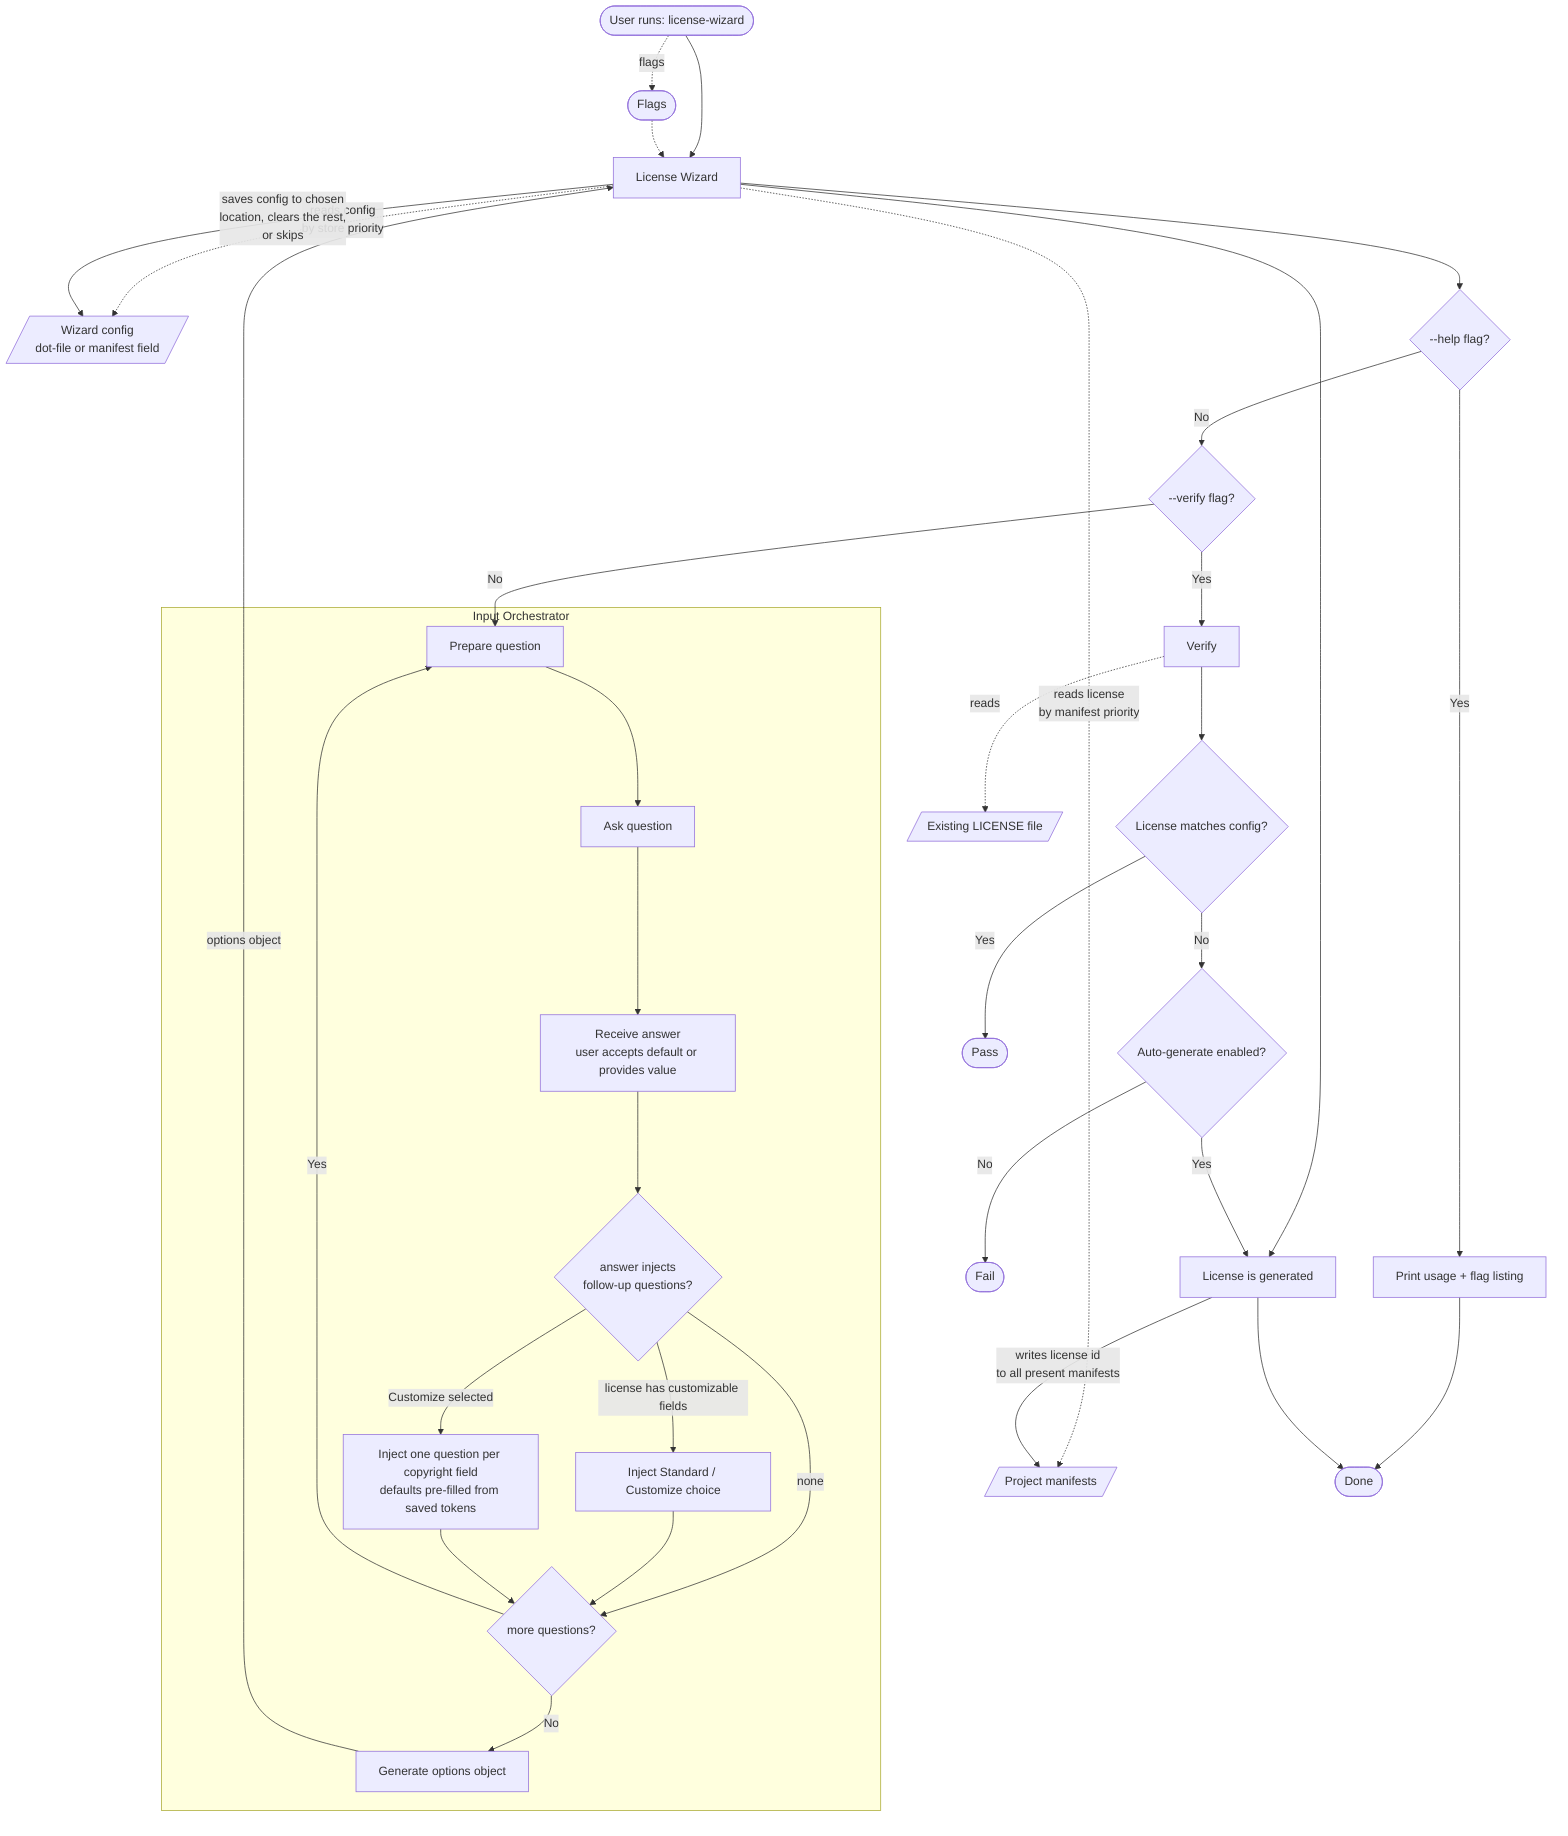
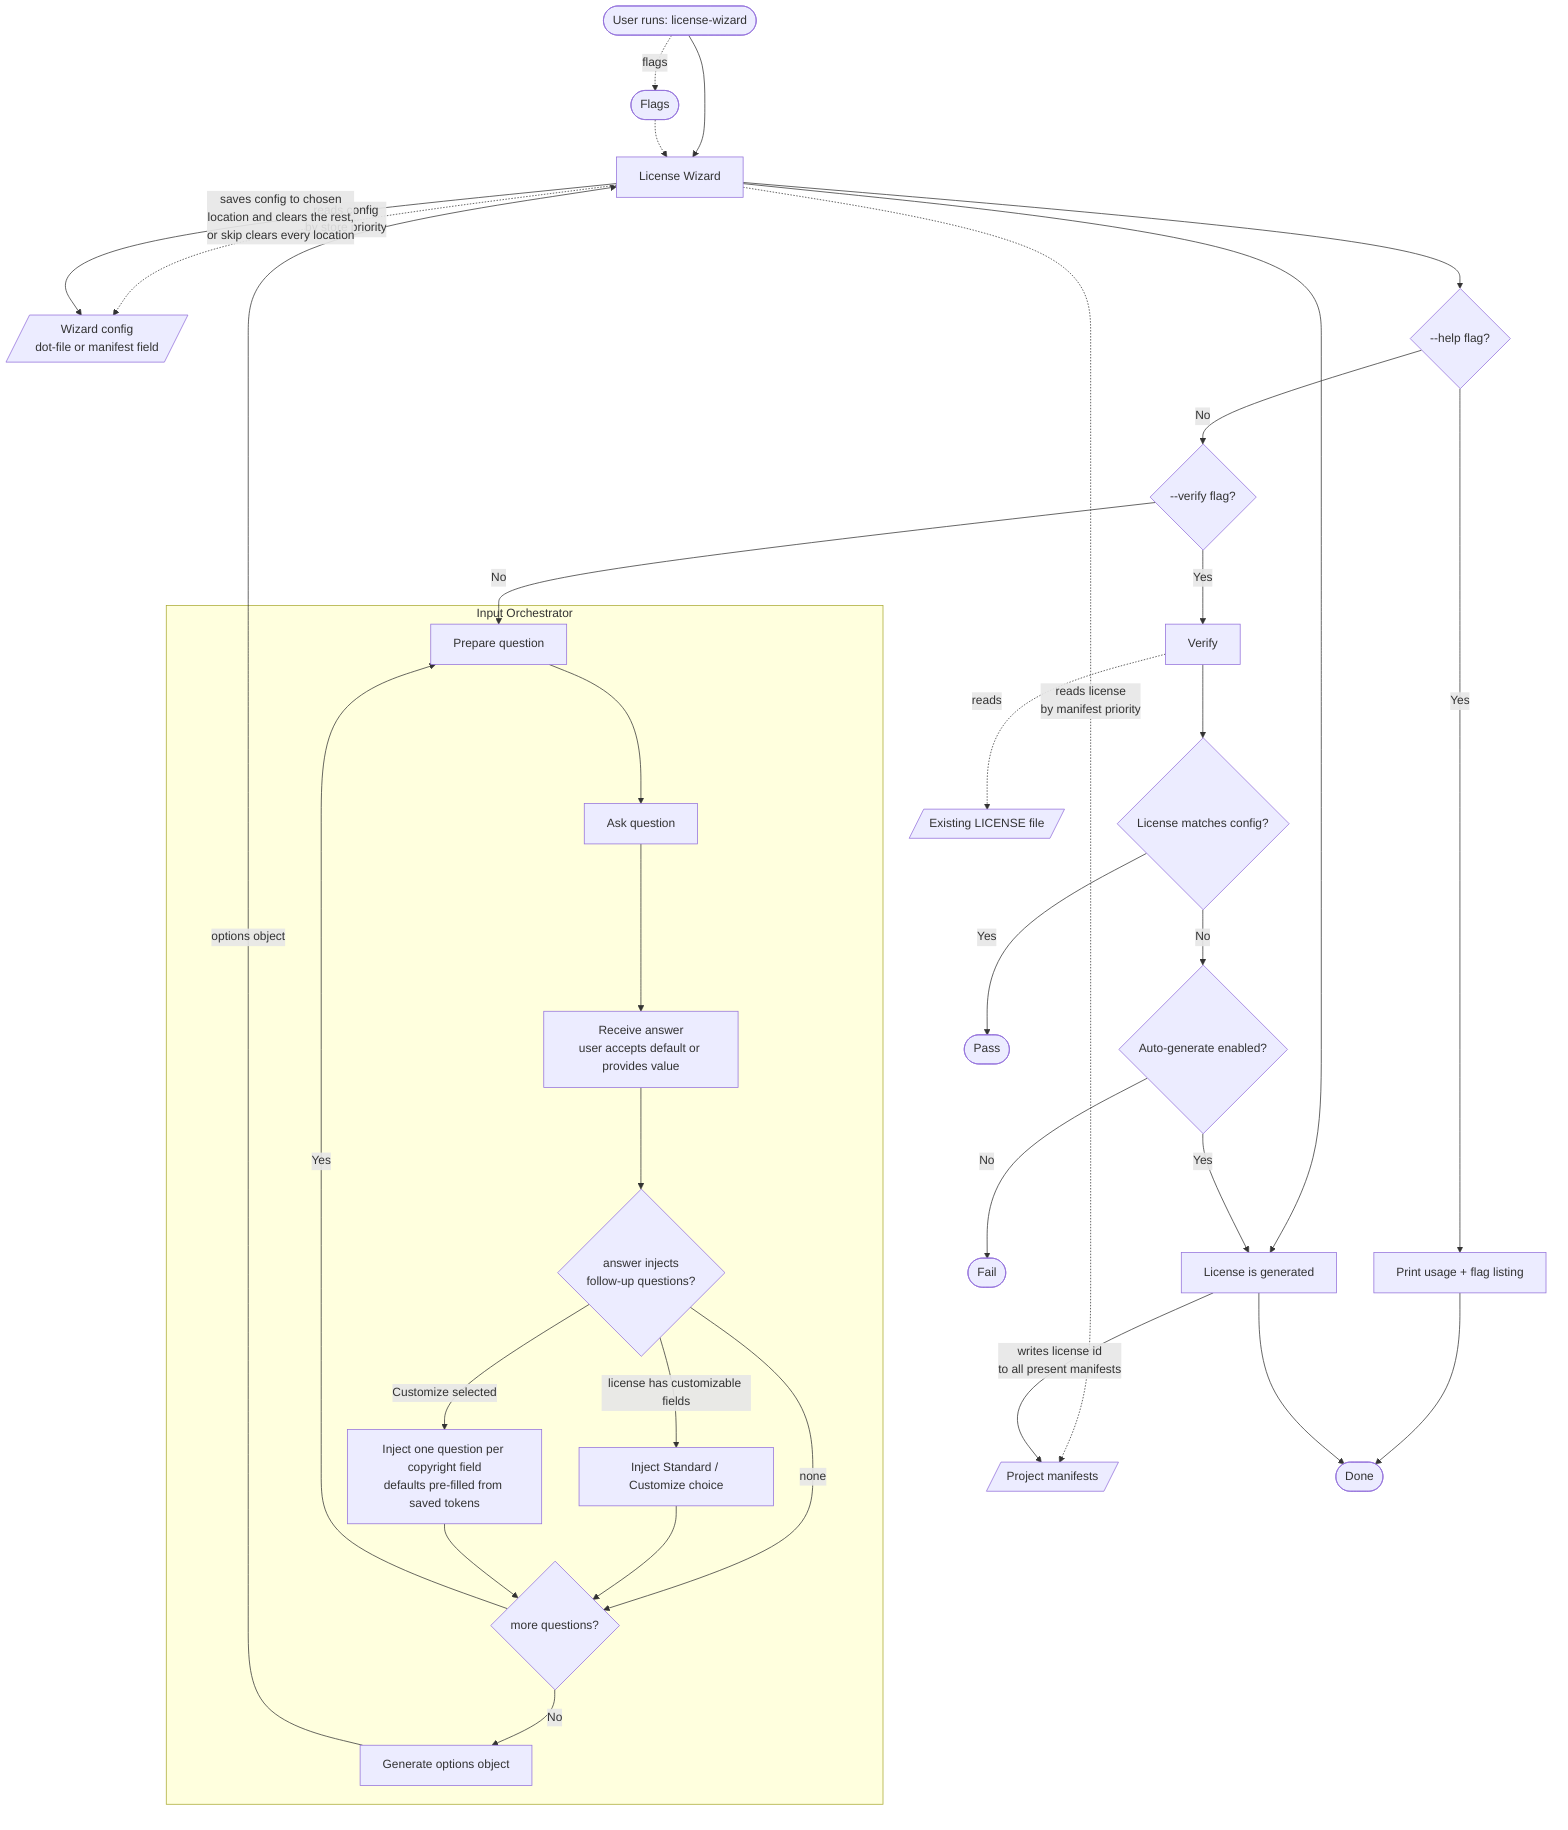
flowchart TD
    A([User runs: license-wizard]) --> LW[License Wizard]
    A -.->|flags| FL([Flags])
    FL -.-> LW
    LW -.->|reads config<br/>by store priority| LC[/Wizard config<br/>dot-file or manifest field/]
    LW -.->|reads license<br/>by manifest priority| PJ[/Project manifests/]

    LW --> HELP{--help flag?}

    %% ─── Help path ───
    HELP -->|Yes| HU[Print usage + flag listing]
    HU --> H

    HELP -->|No| M{--verify flag?}

    %% ─── Interactive / generation path ───
    M -->|No| C

    subgraph IO [Input Orchestrator]
        C[Prepare question]
        C --> D[Ask question]
        D --> E[Receive answer<br/>user accepts default or provides value]
        E --> INJ{answer injects<br/>follow-up questions?}
        INJ -->|license has customizable fields| MODE[Inject Standard / Customize choice]
        INJ -->|Customize selected| FIELDS[Inject one question per copyright field<br/>defaults pre-filled from saved tokens]
        INJ -->|none| F
        MODE --> F
        FIELDS --> F
        F{more questions?}
        F -->|Yes| C
        F -->|No| OG[Generate options object]
    end

    OG -->|options object| LW
-     LW -->|saves config to chosen<br/>location, clears the rest,<br/>or skips| LC
+     LW -->|saves config to chosen<br/>location and clears the rest,<br/>or skip clears every location| LC
    LW --> G[License is generated]
    G -->|writes license id<br/>to all present manifests| PJ
    G --> H([Done])

    %% ─── Verification path ───
    M -->|Yes| V[Verify]
    V -.->|reads| EL[/Existing LICENSE file/]
    V --> R{License matches config?}
    R -->|Yes| PASS([Pass])
    R -->|No| AG{Auto-generate enabled?}
    AG -->|Yes| G
    AG -->|No| FAIL([Fail])
